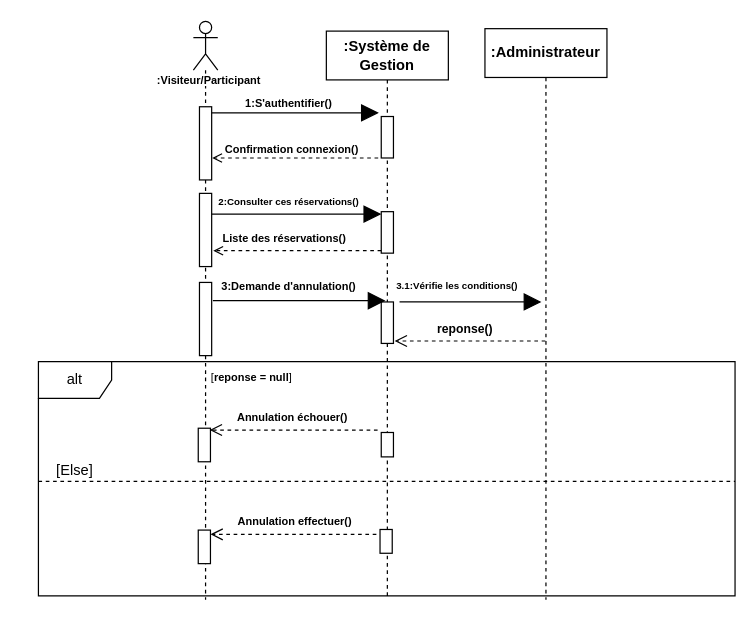
The draw.io diagram Diagramme sequence 2.drawio in louis-fresnel99/TpGasaL1, before the edit. Source tidied: cells renumbered, new cells numbered last; positions are measured from the earlier drawing's top-left corner, leaving out a move shared by most shapes. Both pictures are drawn from the tidied source at 122%, with x=0, y=0 at pixel (21, 21).
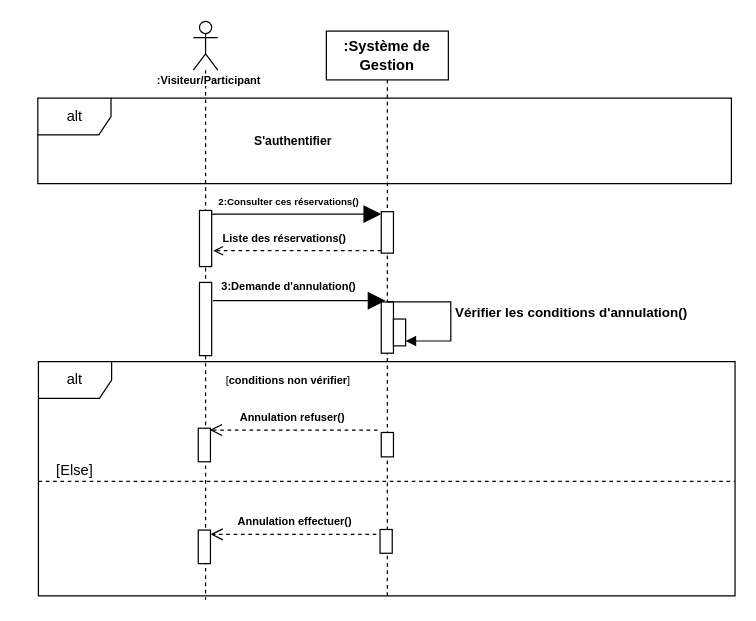
The same diagram, later.

Commit message:
Mettre à jour Diagramme sequence 2.drawio

Unchanged cells that the change refers to:
```xml
<mxCell id="4" value="&lt;b&gt;:Système de Gestion&lt;/b&gt;" style="shape=umlLifeline;perimeter=lifelinePerimeter;whiteSpace=wrap;html=1;newEdgeStyle={&quot;edgeStyle&quot;:&quot;elbowEdgeStyle&quot;,&quot;elbow&quot;:&quot;vertical&quot;,&quot;curved&quot;:0,&quot;rounded&quot;:0};fillColor=light-dark(#FFFFFF, #ffffff);strokeColor=light-dark(#000000,#000000);labelBackgroundColor=none;fontColor=light-dark(#000000,#000000);" parent="1" vertex="1">
  <mxGeometry x="250" y="8" width="100" height="466" as="geometry" />
</mxCell>
```

Change to the diagram source:
```diff
@@
-    <mxCell id="5" style="html=1;perimeter=orthogonalPerimeter;targetShapes=umlLifeline;newEdgeStyle={&quot;curved&quot;:0,&quot;rounded&quot;:0};fillColor=light-dark(#FFFFFF,#FFFFFF);strokeColor=light-dark(#000000,#000000);" parent="4" vertex="1">
-      <mxGeometry x="45" y="70" width="10" height="34" as="geometry" />
-    </mxCell>
-    <mxCell id="6" style="html=1;points=[[0,0,0,0,5],[0,1,0,0,-5],[1,0,0,0,5],[1,1,0,0,-5]];perimeter=orthogonalPerimeter;outlineConnect=0;targetShapes=umlLifeline;portConstraint=eastwest;newEdgeStyle={&quot;curved&quot;:0,&quot;rounded&quot;:0};fillColor=light-dark(#FFFFFF,#FFFFFF);strokeColor=light-dark(#000000,#000000);" parent="4" vertex="1">
-      <mxGeometry x="45" y="148" width="10" height="34" as="geometry" />
-    </mxCell>
-    <mxCell id="7" style="html=1;perimeter=orthogonalPerimeter;targetShapes=umlLifeline;newEdgeStyle={&quot;curved&quot;:0,&quot;rounded&quot;:0};fillColor=light-dark(#FFFFFF,#FFFFFF);strokeColor=light-dark(#000000,#000000);" parent="4" vertex="1">
-      <mxGeometry x="45" y="222" width="10" height="34" as="geometry" />
-    </mxCell>
-    <mxCell id="8" style="html=1;perimeter=orthogonalPerimeter;targetShapes=umlLifeline;newEdgeStyle={&quot;curved&quot;:0,&quot;rounded&quot;:0};fillColor=light-dark(#FFFFFF,#FFFFFF);strokeColor=light-dark(#000000,#000000);" parent="4" vertex="1">
-      <mxGeometry x="45" y="329" width="10" height="20" as="geometry" />
-    </mxCell>
-    <mxCell id="9" style="html=1;points=[[0,0,0,0,5],[0,1,0,0,-5],[1,0,0,0,5],[1,1,0,0,-5]];perimeter=orthogonalPerimeter;outlineConnect=0;targetShapes=umlLifeline;portConstraint=eastwest;newEdgeStyle={&quot;curved&quot;:0,&quot;rounded&quot;:0};fillColor=light-dark(#FFFFFF,#FFFFFF);strokeColor=light-dark(#000000,#000000);" parent="1" vertex="1">
-      <mxGeometry x="146" y="70" width="10" height="60" as="geometry" />
-    </mxCell>
     <mxCell id="10" style="html=1;perimeter=orthogonalPerimeter;targetShapes=umlLifeline;newEdgeStyle={&quot;curved&quot;:0,&quot;rounded&quot;:0};fillColor=light-dark(#FFFFFF,#FFFFFF);strokeColor=light-dark(#000000,#000000);" parent="1" vertex="1">
-      <mxGeometry x="146" y="141" width="10" height="60" as="geometry" />
+      <mxGeometry x="146" y="155" width="10" height="46" as="geometry" />
     </mxCell>
@@
-    <mxCell id="12" style="endArrow=block;endFill=1;endSize=12;html=1;rounded=0;strokeColor=light-dark(#000000,#000000);exitX=1;exitY=0;exitDx=0;exitDy=5;exitPerimeter=0;" parent="1" edge="1" source="9">
-      <mxGeometry relative="1" as="geometry">
-        <mxPoint x="293" y="75" as="targetPoint" />
-      </mxGeometry>
-    </mxCell>
-    <mxCell id="13" value="&lt;b&gt;:Administrateur&lt;/b&gt;" style="shape=umlLifeline;perimeter=lifelinePerimeter;whiteSpace=wrap;html=1;newEdgeStyle={&quot;curved&quot;:0,&quot;rounded&quot;:0};fillColor=light-dark(#FFFFFF,#FFFFFF);fontColor=light-dark(#000000,#000000);strokeColor=light-dark(#000000,#000000);" parent="1" vertex="1">
-      <mxGeometry x="380" y="6" width="100" height="468" as="geometry" />
-    </mxCell>
-    <mxCell id="14" value="&lt;font style=&quot;color: light-dark(rgb(0, 0, 0), rgb(0, 0, 0)); font-size: 9px;&quot;&gt;&lt;b style=&quot;&quot;&gt;1:S'authentifier()&lt;/b&gt;&lt;/font&gt;" style="text;html=1;align=center;verticalAlign=middle;whiteSpace=wrap;rounded=0;" parent="1" vertex="1">
-      <mxGeometry x="155" y="56" width="129" height="22" as="geometry" />
-    </mxCell>
-    <mxCell id="15" style="endArrow=open;html=1;rounded=0;strokeColor=light-dark(#000000,#000000);dashed=1;strokeWidth=1;endFill=0;" parent="1" edge="1">
-      <mxGeometry relative="1" as="geometry">
-        <mxPoint x="292.5" y="112" as="sourcePoint" />
-        <mxPoint x="156.4" y="112" as="targetPoint" />
-      </mxGeometry>
-    </mxCell>
-    <mxCell id="16" value="&lt;font style=&quot;color: light-dark(rgb(0, 0, 0), rgb(0, 0, 0)); font-size: 9px;&quot;&gt;&lt;b style=&quot;&quot;&gt;Confirmation connexion()&lt;/b&gt;&lt;/font&gt;" style="text;html=1;align=center;verticalAlign=middle;whiteSpace=wrap;rounded=0;" parent="1" vertex="1">
-      <mxGeometry x="163" y="93" width="118" height="22" as="geometry" />
-    </mxCell>
@@
-    <mxCell id="23" style="endArrow=block;endFill=1;endSize=12;html=1;rounded=0;strokeColor=light-dark(#000000,#000000);" parent="1" edge="1">
-      <mxGeometry relative="1" as="geometry">
-        <mxPoint x="310" y="230" as="sourcePoint" />
-        <mxPoint x="426.3" y="230" as="targetPoint" />
-      </mxGeometry>
-    </mxCell>
-    <mxCell id="24" value="&lt;font style=&quot;color: light-dark(rgb(0, 0, 0), rgb(0, 0, 0)); font-size: 8px;&quot;&gt;&lt;b&gt;3.1:Vérifie les conditions()&lt;/b&gt;&lt;/font&gt;" style="text;html=1;align=center;verticalAlign=middle;whiteSpace=wrap;rounded=0;" parent="1" vertex="1">
-      <mxGeometry x="293.3" y="207" width="129" height="18" as="geometry" />
-    </mxCell>
-    <mxCell id="25" style="html=1;verticalAlign=bottom;endArrow=open;dashed=1;endSize=8;curved=0;rounded=0;strokeColor=light-dark(#000000,#000000);" parent="1" edge="1">
-      <mxGeometry relative="1" as="geometry">
-        <mxPoint x="429.5" y="262" as="sourcePoint" />
-        <mxPoint x="306" y="262" as="targetPoint" />
-      </mxGeometry>
-    </mxCell>
-    <mxCell id="26" value="&lt;font style=&quot;color: light-dark(rgb(0, 0, 0), rgb(0, 0, 0));&quot;&gt;&lt;span style=&quot;font-size: 10px;&quot;&gt;&lt;b&gt;reponse()&lt;/b&gt;&lt;/span&gt;&lt;/font&gt;" style="text;html=1;align=center;verticalAlign=middle;whiteSpace=wrap;rounded=0;" parent="1" vertex="1">
-      <mxGeometry x="322" y="243" width="84" height="17" as="geometry" />
-    </mxCell>
@@
-    <mxCell id="28" value="&lt;font style=&quot;font-size: 9px;&quot;&gt;[&lt;b style=&quot;&quot;&gt;reponse = null&lt;/b&gt;]&lt;/font&gt;" style="text;html=1;align=center;verticalAlign=middle;whiteSpace=wrap;rounded=0;" parent="1" vertex="1">
-      <mxGeometry x="145" y="276" width="88" height="30" as="geometry" />
+    <mxCell id="28" value="&lt;font style=&quot;font-size: 9px;&quot;&gt;[&lt;b style=&quot;&quot;&gt;conditions non vérifier&lt;/b&gt;]&lt;/font&gt;" style="text;html=1;align=center;verticalAlign=middle;whiteSpace=wrap;rounded=0;" parent="1" vertex="1">
+      <mxGeometry x="157.3" y="279" width="123.7" height="30" as="geometry" />
     </mxCell>
@@
-    <mxCell id="30" value="&lt;font style=&quot;color: light-dark(rgb(0, 0, 0), rgb(0, 0, 0)); font-size: 9px;&quot;&gt;&lt;b style=&quot;&quot;&gt;Annulation échouer()&lt;/b&gt;&lt;/font&gt;" style="text;html=1;align=center;verticalAlign=middle;whiteSpace=wrap;rounded=0;" parent="1" vertex="1">
+    <mxCell id="30" value="&lt;font style=&quot;color: light-dark(rgb(0, 0, 0), rgb(0, 0, 0)); font-size: 9px;&quot;&gt;&lt;b style=&quot;&quot;&gt;Annulation refuser()&lt;/b&gt;&lt;/font&gt;" style="text;html=1;align=center;verticalAlign=middle;whiteSpace=wrap;rounded=0;" parent="1" vertex="1">
       <mxGeometry x="165.6" y="315" width="112.7" height="17" as="geometry" />
     </mxCell>
@@
+    <mxCell id="6" style="html=1;points=[[0,0,0,0,5],[0,1,0,0,-5],[1,0,0,0,5],[1,1,0,0,-5]];perimeter=orthogonalPerimeter;outlineConnect=0;targetShapes=umlLifeline;portConstraint=eastwest;newEdgeStyle={&quot;curved&quot;:0,&quot;rounded&quot;:0};fillColor=light-dark(#FFFFFF,#FFFFFF);strokeColor=light-dark(#000000,#000000);" parent="1" vertex="1">
+      <mxGeometry x="295" y="156" width="10" height="34" as="geometry" />
+    </mxCell>
+    <mxCell id="7" style="html=1;perimeter=orthogonalPerimeter;targetShapes=umlLifeline;newEdgeStyle={&quot;curved&quot;:0,&quot;rounded&quot;:0};fillColor=light-dark(#FFFFFF,#FFFFFF);strokeColor=light-dark(#000000,#000000);" parent="1" vertex="1">
+      <mxGeometry x="295" y="230" width="10" height="42" as="geometry" />
+    </mxCell>
+    <mxCell id="8" style="html=1;perimeter=orthogonalPerimeter;targetShapes=umlLifeline;newEdgeStyle={&quot;curved&quot;:0,&quot;rounded&quot;:0};fillColor=light-dark(#FFFFFF,#FFFFFF);strokeColor=light-dark(#000000,#000000);" parent="1" vertex="1">
+      <mxGeometry x="295" y="337" width="10" height="20" as="geometry" />
+    </mxCell>
+    <mxCell id="39" style="html=1;perimeter=orthogonalPerimeter;targetShapes=umlLifeline;newEdgeStyle={&quot;curved&quot;:0,&quot;rounded&quot;:0};" parent="1" vertex="1">
+      <mxGeometry x="305" y="244" width="10" height="22" as="geometry" />
+    </mxCell>
+    <mxCell id="40" value="&lt;b&gt;Vérifier les conditions d'annulation()&lt;/b&gt;" style="html=1;align=left;spacingLeft=2;endArrow=block;rounded=0;edgeStyle=orthogonalEdgeStyle;curved=0;rounded=0;" parent="1" edge="1">
+      <mxGeometry relative="1" as="geometry">
+        <mxPoint x="299.5" y="230" as="sourcePoint" />
+        <mxPoint x="315" y="262" as="targetPoint" />
+        <Array as="points">
+          <mxPoint x="352" y="230" />
+          <mxPoint x="352" y="262" />
+        </Array>
+      </mxGeometry>
+    </mxCell>
+    <mxCell id="41" value="alt" style="shape=umlFrame;whiteSpace=wrap;html=1;" parent="1" vertex="1">
+      <mxGeometry x="13.5" y="63" width="568.5" height="70" as="geometry" />
+    </mxCell>
+    <mxCell id="42" value="&lt;font size=&quot;1&quot;&gt;&lt;b&gt;S'authentifier&lt;/b&gt;&lt;/font&gt;" style="text;html=1;align=center;verticalAlign=middle;whiteSpace=wrap;rounded=0;" parent="1" vertex="1">
+      <mxGeometry x="161.3" y="83" width="123.7" height="30" as="geometry" />
+    </mxCell>
```
